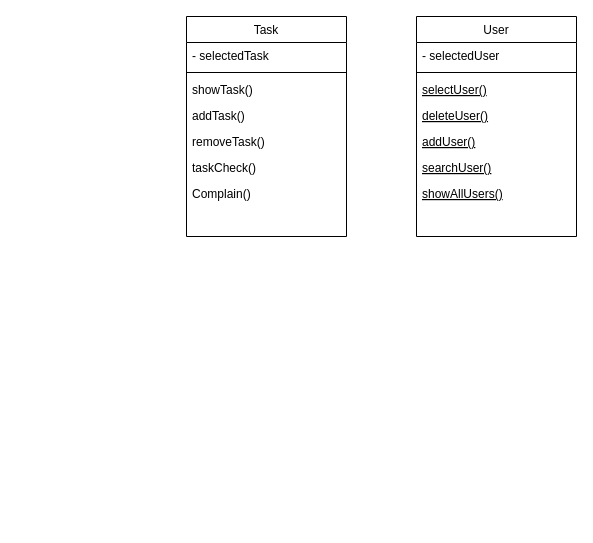
The draw.io diagram Documentation/class diagram.drawio in Appohh/student-housing-management, before the edit. Source tidied: cells renumbered, new cells numbered last; positions are measured from the earlier drawing's top-left corner, leaving out a move shared by most shapes. Both pictures are drawn from the tidied source at 100%, with x=0, y=0 at pixel (186, 16).
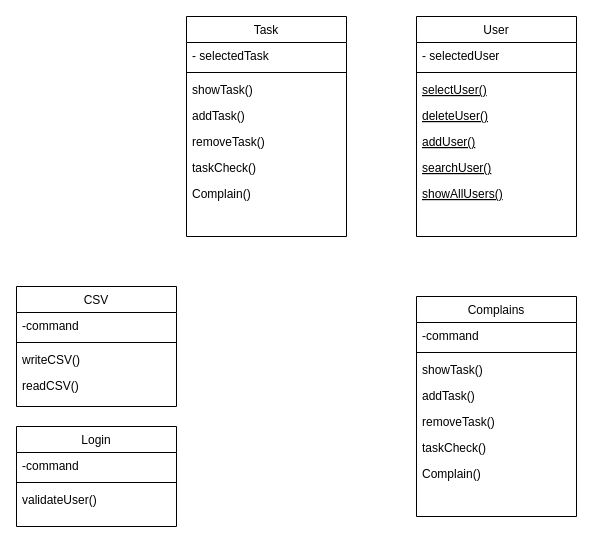
The same page after the edit.

Commit message:
class diagram to be updated by jan and kassia

Change to the diagram source:
```diff
@@
+    <mxCell id="18" value="Complains" style="swimlane;fontStyle=0;align=center;verticalAlign=top;horizontal=1;startSize=26;rounded=0;shadow=0;strokeWidth=1;" parent="1" vertex="1">
+      <mxGeometry x="230" y="280" width="160" height="220" as="geometry" />
+    </mxCell>
+    <mxCell id="19" value="-command" style="text;align=left;verticalAlign=top;spacingLeft=4;spacingRight=4;overflow=hidden;rounded=0;shadow=0;html=0;" parent="18" vertex="1">
+      <mxGeometry y="26" width="160" height="26" as="geometry" />
+    </mxCell>
+    <mxCell id="20" style="line;html=1;strokeWidth=1;align=left;verticalAlign=middle;spacingTop=-1;spacingLeft=3;spacingRight=3;labelPosition=right;" parent="18" vertex="1">
+      <mxGeometry y="52" width="160" height="8" as="geometry" />
+    </mxCell>
+    <mxCell id="21" value="showTask()" style="text;align=left;verticalAlign=top;spacingLeft=4;spacingRight=4;overflow=hidden;" parent="18" vertex="1">
+      <mxGeometry y="60" width="160" height="26" as="geometry" />
+    </mxCell>
+    <mxCell id="22" value="addTask()" style="text;align=left;verticalAlign=top;spacingLeft=4;spacingRight=4;overflow=hidden;" parent="18" vertex="1">
+      <mxGeometry y="86" width="160" height="26" as="geometry" />
+    </mxCell>
+    <mxCell id="23" value="removeTask()" style="text;align=left;verticalAlign=top;spacingLeft=4;spacingRight=4;overflow=hidden;" parent="18" vertex="1">
+      <mxGeometry y="112" width="160" height="26" as="geometry" />
+    </mxCell>
+    <mxCell id="24" value="taskCheck()" style="text;align=left;verticalAlign=top;spacingLeft=4;spacingRight=4;overflow=hidden;" parent="18" vertex="1">
+      <mxGeometry y="138" width="160" height="26" as="geometry" />
+    </mxCell>
+    <mxCell id="25" value="Complain()" style="text;align=left;verticalAlign=top;spacingLeft=4;spacingRight=4;overflow=hidden;" parent="18" vertex="1">
+      <mxGeometry y="164" width="160" height="26" as="geometry" />
+    </mxCell>
+    <mxCell id="26" value="CSV" style="swimlane;fontStyle=0;align=center;verticalAlign=top;horizontal=1;startSize=26;rounded=0;shadow=0;strokeWidth=1;" parent="1" vertex="1">
+      <mxGeometry x="-170" y="270" width="160" height="120" as="geometry" />
+    </mxCell>
+    <mxCell id="27" value="-command" style="text;align=left;verticalAlign=top;spacingLeft=4;spacingRight=4;overflow=hidden;rounded=0;shadow=0;html=0;" parent="26" vertex="1">
+      <mxGeometry y="26" width="160" height="26" as="geometry" />
+    </mxCell>
+    <mxCell id="28" style="line;html=1;strokeWidth=1;align=left;verticalAlign=middle;spacingTop=-1;spacingLeft=3;spacingRight=3;labelPosition=right;" parent="26" vertex="1">
+      <mxGeometry y="52" width="160" height="8" as="geometry" />
+    </mxCell>
+    <mxCell id="29" value="writeCSV()" style="text;align=left;verticalAlign=top;spacingLeft=4;spacingRight=4;overflow=hidden;" parent="26" vertex="1">
+      <mxGeometry y="60" width="160" height="26" as="geometry" />
+    </mxCell>
+    <mxCell id="30" value="readCSV()" style="text;align=left;verticalAlign=top;spacingLeft=4;spacingRight=4;overflow=hidden;" parent="26" vertex="1">
+      <mxGeometry y="86" width="160" height="26" as="geometry" />
+    </mxCell>
+    <mxCell id="31" value="Login" style="swimlane;fontStyle=0;align=center;verticalAlign=top;horizontal=1;startSize=26;rounded=0;shadow=0;strokeWidth=1;" parent="1" vertex="1">
+      <mxGeometry x="-170" y="410" width="160" height="100" as="geometry" />
+    </mxCell>
+    <mxCell id="32" value="-command" style="text;align=left;verticalAlign=top;spacingLeft=4;spacingRight=4;overflow=hidden;rounded=0;shadow=0;html=0;" parent="31" vertex="1">
+      <mxGeometry y="26" width="160" height="26" as="geometry" />
+    </mxCell>
+    <mxCell id="33" style="line;html=1;strokeWidth=1;align=left;verticalAlign=middle;spacingTop=-1;spacingLeft=3;spacingRight=3;labelPosition=right;" parent="31" vertex="1">
+      <mxGeometry y="52" width="160" height="8" as="geometry" />
+    </mxCell>
+    <mxCell id="34" value="validateUser()" style="text;align=left;verticalAlign=top;spacingLeft=4;spacingRight=4;overflow=hidden;" parent="31" vertex="1">
+      <mxGeometry y="60" width="160" height="26" as="geometry" />
+    </mxCell>
```
